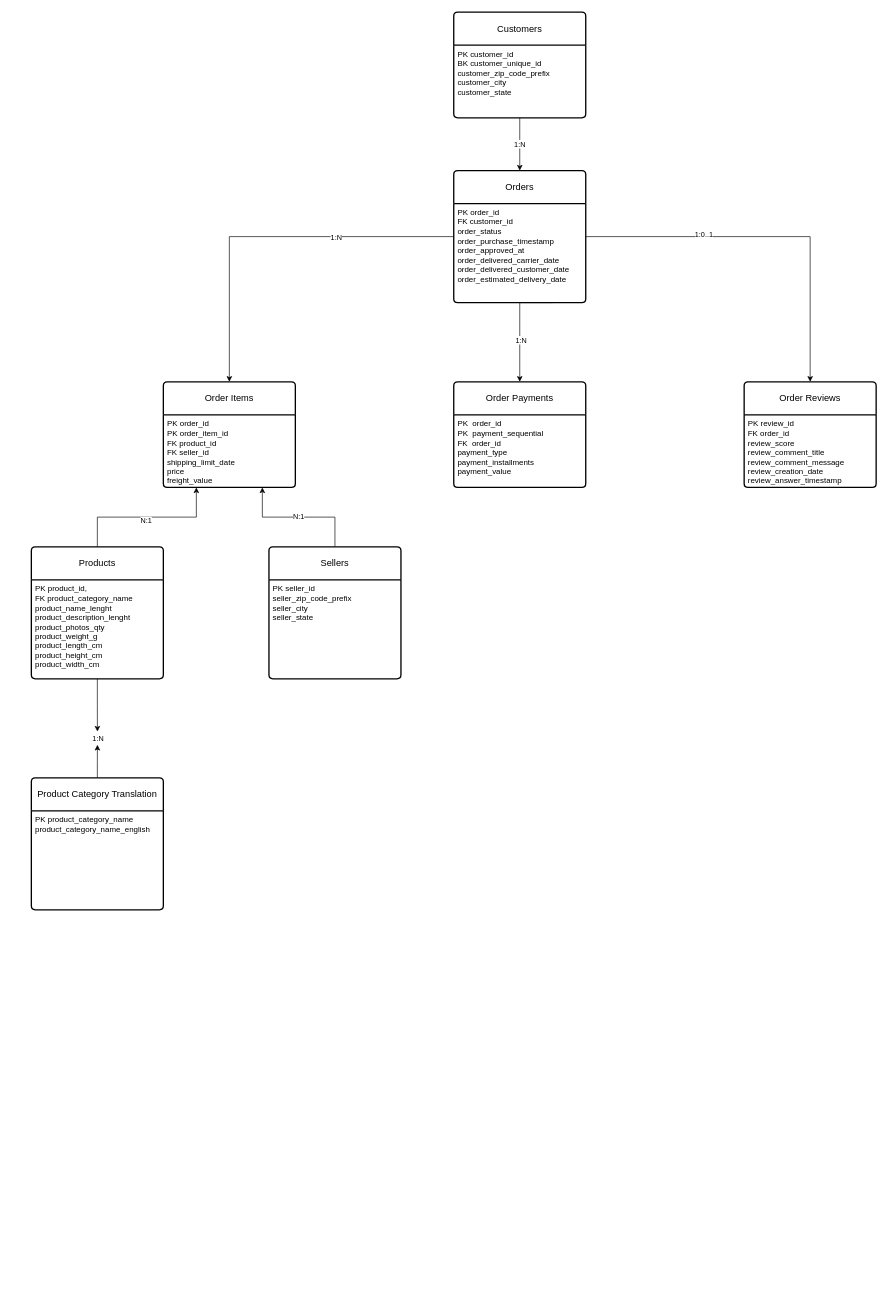
This is docs/diagrams/logical-erd.drawio from neeleshksingh/Ecommerce-Sales-Analytics, a draw.io file, before an edit. Source tidied: cells renumbered, new cells numbered last; positions are measured from the earlier drawing's top-left corner, leaving out a move shared by most shapes. Both pictures are drawn from the tidied source at 66%, with x=0, y=0 at pixel (31, 12).
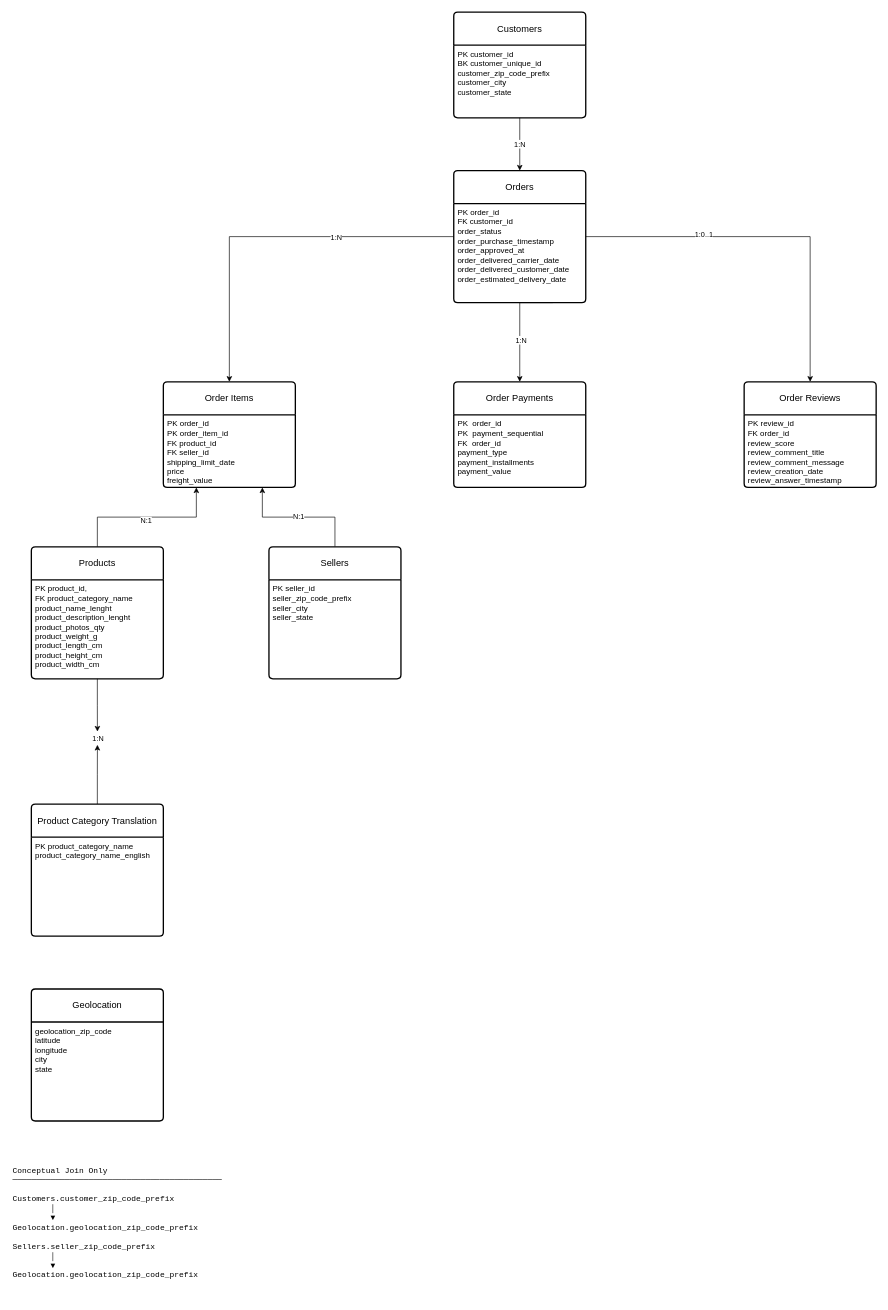
Above is the later version.

Commit message (it also covers changes not shown here):
Document geolocation model and ERD updates

What changed in the source:
```diff
@@
+    <mxCell id="35" value="Geolocation" style="swimlane;horizontal=1;startSize=50;rounded=1;fontSize=14;fontStyle=0;strokeWidth=2;shadow=0;dashed=0;align=center;arcSize=4;whiteSpace=wrap;html=1;" parent="1" vertex="1">
+      <mxGeometry y="1480" width="200" height="200" as="geometry" />
+    </mxCell>
+    <mxCell id="36" value="&lt;div&gt;&lt;div&gt;geolocation_zip_code&lt;/div&gt;&lt;div&gt;latitude&lt;/div&gt;&lt;div&gt;longitude&lt;/div&gt;&lt;div&gt;city&lt;/div&gt;&lt;div&gt;state&amp;nbsp;&lt;/div&gt;&lt;/div&gt;" style="align=left;strokeColor=none;fillColor=none;spacingLeft=4;spacingRight=4;fontSize=12;verticalAlign=top;html=1;whiteSpace=wrap;" parent="35" vertex="1">
+      <mxGeometry y="50" width="200" height="150" as="geometry" />
+    </mxCell>
@@
+    <mxCell id="37" value="&lt;pre class=&quot;overflow-visible! px-0!&quot;&gt;&lt;div class=&quot;relative w-full mt-4 mb-1&quot;&gt;&lt;div class=&quot;&quot;&gt;&lt;div class=&quot;contents&quot;&gt;&lt;div class=&quot;relative&quot;&gt;&lt;div class=&quot;h-full min-h-0 min-w-0&quot;&gt;&lt;div class=&quot;h-full min-h-0 min-w-0&quot;&gt;&lt;div class=&quot;border border-token-border-light border-radius-3xl corner-superellipse/1.1 rounded-3xl&quot;&gt;&lt;div class=&quot;h-full w-full border-radius-3xl bg-(--code-block-surface) corner-superellipse/1.1 overflow-clip rounded-3xl [--code-block-surface:var(--bg-elevated-secondary)] dark:[--code-block-surface:var(--composer-surface-primary)] lxnfua_clipPathFallback&quot;&gt;&lt;div class=&quot;relative&quot;&gt;&lt;div class=&quot;pe-11 pt-3&quot;&gt;&lt;div class=&quot;relative z-0 flex max-w-full&quot;&gt;&lt;div id=&quot;code-block-viewer&quot; dir=&quot;ltr&quot; class=&quot;q9tKkq_viewer cm-editor z-10 light:cm-light dark:cm-light flex h-full w-full flex-col items-stretch ͼs ͼ16&quot;&gt;&lt;div class=&quot;cm-scroller&quot;&gt;&lt;pre class=&quot;cm-content q9tKkq_readonly m-0 PDq2pG_selectionAnchorContainer&quot;&gt;&lt;code&gt;&lt;span&gt;Conceptual Join Only&#10;────────────────────────────────────────────&#10;&#10;Customers.customer_zip_code_prefix&#10;        │&#10;        ▼&#10;Geolocation.geolocation_zip_code_prefix&#10;&#10;Sellers.seller_zip_code_prefix&#10;        │&#10;        ▼&#10;Geolocation.geolocation_zip_code_prefix&lt;/span&gt;&lt;/code&gt;&lt;span aria-hidden=&quot;true&quot; class=&quot;PDq2pG_selectionAnchor&quot;&gt;&lt;/span&gt;&lt;/pre&gt;&lt;/div&gt;&lt;/div&gt;&lt;/div&gt;&lt;/div&gt;&lt;/div&gt;&lt;/div&gt;&lt;/div&gt;&lt;/div&gt;&lt;/div&gt;&lt;div class=&quot;&quot;&gt;&lt;div class=&quot;&quot;&gt;&lt;/div&gt;&lt;/div&gt;&lt;/div&gt;&lt;/div&gt;&lt;/div&gt;&lt;/div&gt;&lt;/pre&gt;" style="text;whiteSpace=wrap;html=1;" parent="1" vertex="1">
+      <mxGeometry x="-30" y="1730" width="350" height="220" as="geometry" />
+    </mxCell>
     <mxCell id="33" value="Product Category Translation" style="swimlane;horizontal=1;startSize=50;rounded=1;fontSize=14;fontStyle=0;strokeWidth=2;shadow=0;dashed=0;align=center;arcSize=4;whiteSpace=wrap;html=1;" parent="1" vertex="1">
-      <mxGeometry y="1160" width="200" height="200" as="geometry" />
+      <mxGeometry y="1200" width="200" height="200" as="geometry" />
     </mxCell>
```
